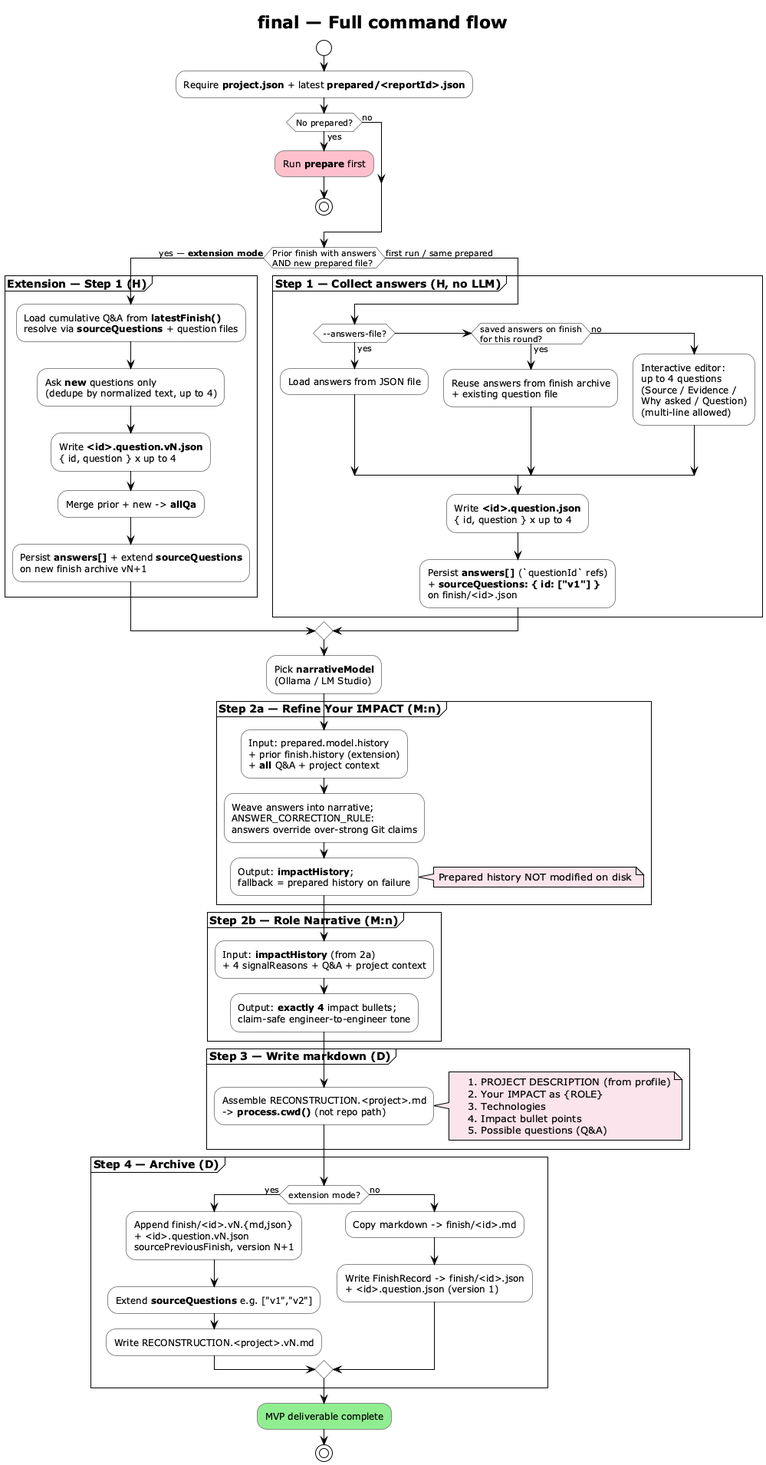
This is img/final-command.png from vzakharchenko/dev-workgraph, a PlantUML export, as it was before one commit.
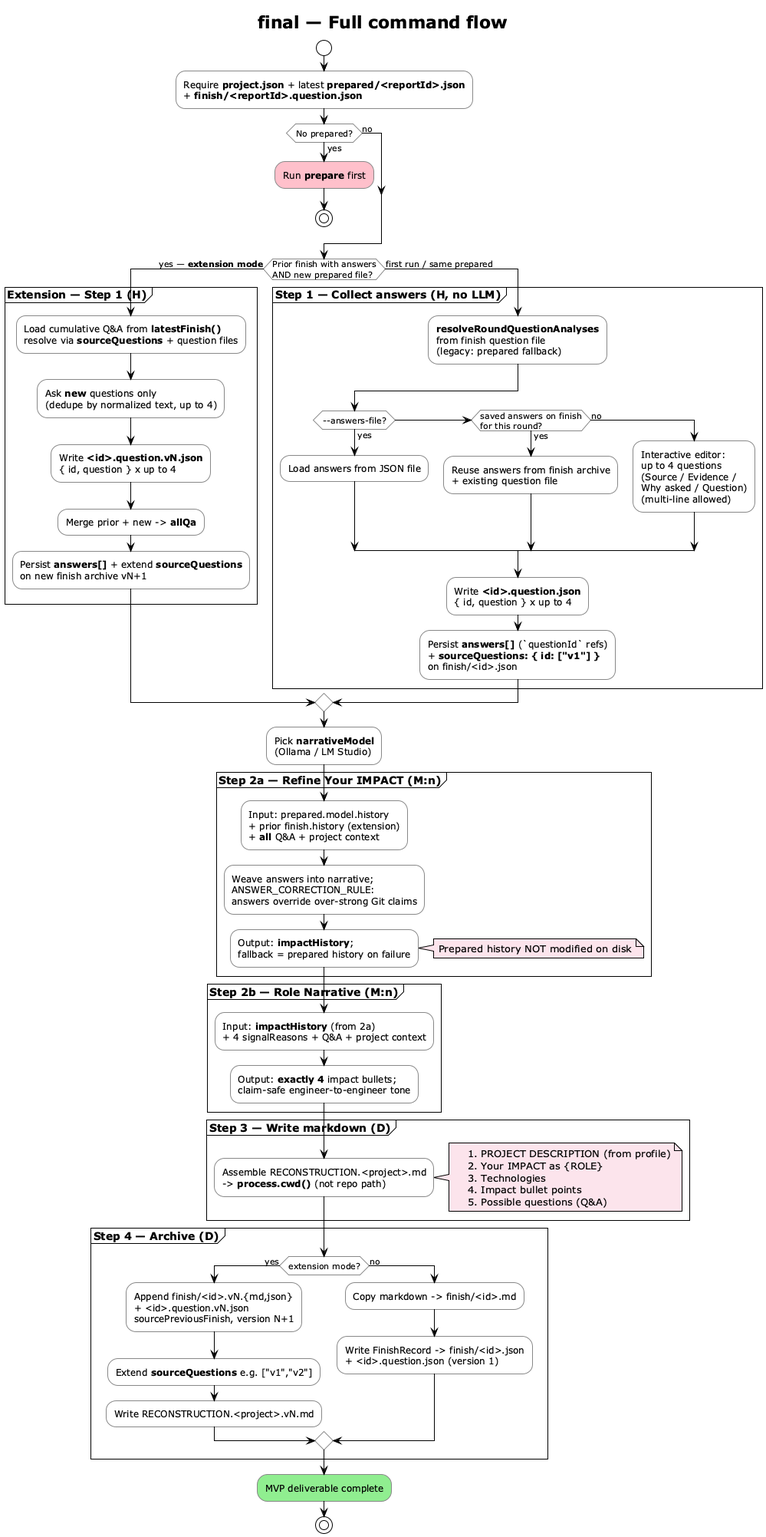
After the commit.

Change to the diagram source:
```diff
@@ -8,7 +8,7 @@
 
 start
 
-:Require **project.json** + latest **prepared/<reportId>.json**;
+:Require **project.json** + latest **prepared/<reportId>.json**\n+ **finish/<reportId>.question.json**;
 
 if (No prepared?) then (yes)
   #Pink:Run **prepare** first;
@@ -26,6 +26,7 @@
   }
 else (first run / same prepared)
   partition "**Step 1 — Collect answers (H, no LLM)**" {
+    :**resolveRoundQuestionAnalyses**\nfrom finish question file\n(legacy: prepared fallback);
     if (--answers-file?) then (yes)
       :Load answers from JSON file;
     else if (saved answers on finish\nfor this round?) then (yes)
```
